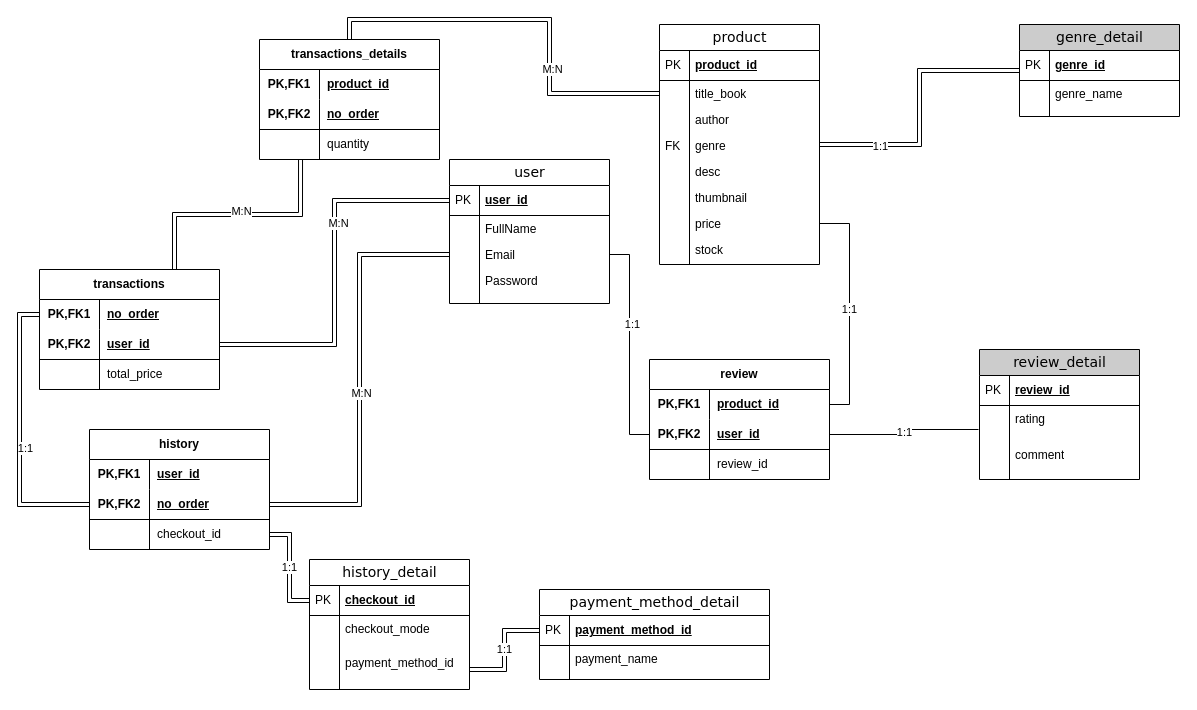
Earlier version of the draw.io diagram Copy of BookBUZZ.drawio (ardy-yusuf-wibawa/BE_BOOKBUZZ). Source tidied: cells renumbered, new cells numbered last; positions are measured from the earlier drawing's top-left corner, leaving out a move shared by most shapes. Both pictures are drawn from the tidied source at 100%, with x=0, y=0 at pixel (39, 24).
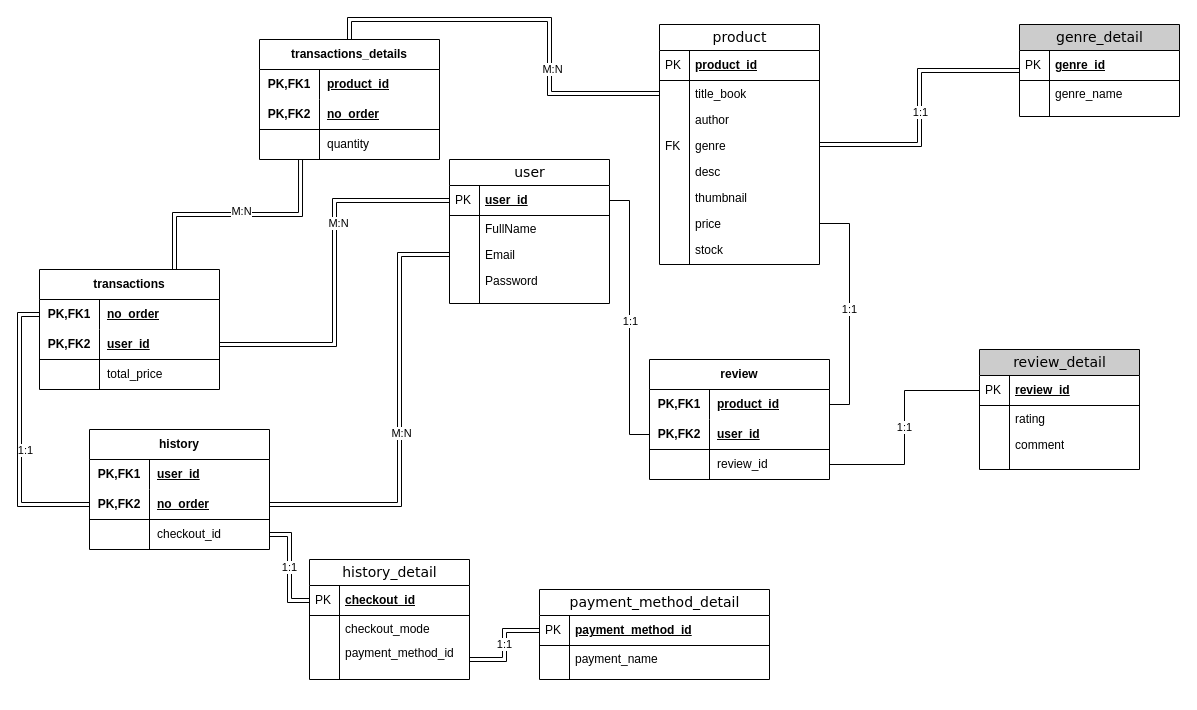
The same diagram, later.

The change refers to these unchanged cells:
```xml
<mxCell id="3" value="user_id" style="shape=partialRectangle;top=0;left=0;right=0;bottom=1;html=1;align=left;verticalAlign=middle;fillColor=none;spacingLeft=34;spacingRight=4;whiteSpace=wrap;overflow=hidden;points=[[0,0.5],[1,0.5]];portConstraint=eastwest;fontStyle=5;" parent="2" vertex="1">
  <mxGeometry y="26" width="160" height="30" as="geometry" />
</mxCell>
<mxCell id="7" value="Email" style="shape=partialRectangle;top=0;left=0;right=0;bottom=0;html=1;align=left;verticalAlign=top;fillColor=none;spacingLeft=34;spacingRight=4;whiteSpace=wrap;overflow=hidden;points=[[0,0.5],[1,0.5]];portConstraint=eastwest;" parent="2" vertex="1">
  <mxGeometry y="82" width="160" height="26" as="geometry" />
</mxCell>
<mxCell id="13" style="edgeStyle=orthogonalEdgeStyle;rounded=0;jettySize=auto;html=1;exitX=1;exitY=0.5;exitDx=0;exitDy=0;entryX=0;entryY=0.5;entryDx=0;entryDy=0;shape=link;" parent="1" edge="1" source="15" target="34">
  <mxGeometry relative="1" as="geometry" />
</mxCell>
<mxCell id="67" style="shape=tableRow;horizontal=0;startSize=0;swimlaneHead=0;swimlaneBody=0;fillColor=none;points=[[0,0.5],[1,0.5]];portConstraint=eastwest;top=0;left=0;right=0;bottom=1;html=1;" parent="63" vertex="1">
  <mxGeometry y="60" width="180" height="30" as="geometry" />
</mxCell>
<mxCell id="70" style="shape=tableRow;horizontal=0;startSize=0;swimlaneHead=0;swimlaneBody=0;fillColor=none;points=[[0,0.5],[1,0.5]];portConstraint=eastwest;top=0;left=0;right=0;bottom=0;html=1;" parent="63" vertex="1">
  <mxGeometry y="90" width="180" height="30" as="geometry" />
</mxCell>
<mxCell id="77" style="shape=tableRow;horizontal=0;startSize=0;swimlaneHead=0;swimlaneBody=0;fillColor=none;points=[[0,0.5],[1,0.5]];portConstraint=eastwest;top=0;left=0;right=0;bottom=1;html=1;" parent="73" vertex="1">
  <mxGeometry y="60" width="180" height="30" as="geometry" />
</mxCell>
<mxCell id="100" value="review_id" style="shape=partialRectangle;top=0;left=0;right=0;bottom=1;html=1;align=left;verticalAlign=middle;fillColor=none;spacingLeft=34;spacingRight=4;whiteSpace=wrap;overflow=hidden;points=[[0,0.5],[1,0.5]];portConstraint=eastwest;fontStyle=5;" parent="99" vertex="1">
  <mxGeometry y="26" width="160" height="30" as="geometry" />
</mxCell>
<mxCell id="102" value="rating" style="shape=partialRectangle;top=0;left=0;right=0;bottom=0;html=1;align=left;verticalAlign=top;fillColor=none;spacingLeft=34;spacingRight=4;whiteSpace=wrap;overflow=hidden;points=[[0,0.5],[1,0.5]];portConstraint=eastwest;" parent="99" vertex="1">
  <mxGeometry y="56" width="160" height="26" as="geometry" />
</mxCell>
<mxCell id="118" style="edgeStyle=orthogonalEdgeStyle;rounded=0;jettySize=auto;html=1;exitX=0;exitY=0.5;exitDx=0;exitDy=0;entryX=0;entryY=0.5;entryDx=0;entryDy=0;shape=link;" parent="1" edge="1" source="44" target="77">
  <mxGeometry relative="1" as="geometry" />
</mxCell>
```

The edit, as a diff of the source:
```diff
@@
     <mxCell id="14" value="1:1" style="edgeLabel;html=1;align=center;verticalAlign=middle;" parent="13" vertex="1">
       <mxGeometry x="-0.32" y="-2" relative="1" as="geometry">
-        <mxPoint x="-33" y="-1" as="offset" />
+        <mxPoint x="7" y="-35" as="offset" />
       </mxGeometry>
     </mxCell>
@@
     <mxCell id="83" value="history_detail" style="swimlane;html=1;fontStyle=0;horizontal=1;startSize=26;fillColor=#FFFFFF;swimlaneFillColor=#ffffff;align=center;rounded=0;shadow=0;comic=0;labelBackgroundColor=none;strokeWidth=1;fontFamily=Verdana;fontSize=14;" parent="1" vertex="1">
-      <mxGeometry x="270" y="535" width="160" height="130" as="geometry" />
+      <mxGeometry x="270" y="535" width="160" height="120" as="geometry" />
     </mxCell>
@@
-    <mxCell id="88" style="shape=partialRectangle;top=0;left=0;right=0;bottom=0;html=1;align=left;verticalAlign=top;fillColor=none;spacingLeft=34;spacingRight=4;whiteSpace=wrap;overflow=hidden;" parent="83" vertex="1">
-      <mxGeometry y="80" width="160" height="10" as="geometry" />
-    </mxCell>
-    <mxCell id="89" style="shape=partialRectangle;top=0;left=0;bottom=0;html=1;fillColor=none;align=left;verticalAlign=top;spacingLeft=4;spacingRight=4;whiteSpace=wrap;overflow=hidden;" parent="88" vertex="1">
-      <mxGeometry width="30" height="10" as="geometry" />
-    </mxCell>
     <mxCell id="90" value="payment_method_id" style="shape=partialRectangle;top=0;left=0;right=0;bottom=0;html=1;align=left;verticalAlign=top;fillColor=none;spacingLeft=34;spacingRight=4;whiteSpace=wrap;overflow=hidden;points=[[0,0.5],[1,0.5]];portConstraint=eastwest;" parent="83" vertex="1">
-      <mxGeometry y="90" width="160" height="40" as="geometry" />
+      <mxGeometry y="80" width="160" height="40" as="geometry" />
     </mxCell>
@@
     <mxCell id="99" value="review_detail" style="swimlane;html=1;fontStyle=0;horizontal=1;startSize=26;fillColor=#CCCCCC;swimlaneFillColor=#ffffff;align=center;rounded=0;shadow=0;comic=0;labelBackgroundColor=none;strokeWidth=1;fontFamily=Verdana;fontSize=14;" parent="1" vertex="1">
-      <mxGeometry x="940" y="325" width="160" height="130" as="geometry" />
+      <mxGeometry x="940" y="325" width="160" height="120" as="geometry" />
     </mxCell>
@@
-    <mxCell id="104" style="shape=partialRectangle;top=0;left=0;right=0;bottom=0;html=1;align=left;verticalAlign=top;fillColor=none;spacingLeft=34;spacingRight=4;whiteSpace=wrap;overflow=hidden;" parent="99" vertex="1">
-      <mxGeometry y="82" width="160" height="10" as="geometry" />
-    </mxCell>
-    <mxCell id="105" style="shape=partialRectangle;top=0;left=0;bottom=0;html=1;fillColor=none;align=left;verticalAlign=top;spacingLeft=4;spacingRight=4;whiteSpace=wrap;overflow=hidden;" parent="104" vertex="1">
-      <mxGeometry width="30" height="10" as="geometry" />
-    </mxCell>
     <mxCell id="106" value="comment" style="shape=partialRectangle;top=0;left=0;right=0;bottom=0;html=1;align=left;verticalAlign=top;fillColor=none;spacingLeft=34;spacingRight=4;whiteSpace=wrap;overflow=hidden;" parent="99" vertex="1">
-      <mxGeometry y="92" width="160" height="38" as="geometry" />
+      <mxGeometry y="82" width="160" height="38" as="geometry" />
     </mxCell>
@@
-    <mxCell id="108" value="1:1" style="edgeStyle=orthogonalEdgeStyle;rounded=0;jettySize=auto;html=1;exitX=1;exitY=0.5;exitDx=0;exitDy=0;entryX=-0.006;entryY=0.923;entryDx=0;entryDy=0;entryPerimeter=0;endArrow=none;endFill=0;" parent="1" edge="1" source="67" target="102">
+    <mxCell id="108" value="1:1" style="edgeStyle=orthogonalEdgeStyle;rounded=0;jettySize=auto;html=1;exitX=1;exitY=0.5;exitDx=0;exitDy=0;entryX=0;entryY=0.5;entryDx=0;entryDy=0;endArrow=none;endFill=0;" parent="1" edge="1" source="70" target="100">
       <mxGeometry relative="1" as="geometry" />
     </mxCell>
@@
-    <mxCell id="110" style="edgeStyle=orthogonalEdgeStyle;rounded=0;jettySize=auto;html=1;exitX=1;exitY=0.5;exitDx=0;exitDy=0;entryX=0;entryY=0.5;entryDx=0;entryDy=0;endArrow=none;endFill=0;" parent="1" edge="1" source="7" target="67">
+    <mxCell id="110" style="edgeStyle=orthogonalEdgeStyle;rounded=0;jettySize=auto;html=1;exitX=1;exitY=0.5;exitDx=0;exitDy=0;entryX=0;entryY=0.5;entryDx=0;entryDy=0;endArrow=none;endFill=0;" parent="1" edge="1" source="3" target="67">
       <mxGeometry relative="1" as="geometry" />
     </mxCell>
     <mxCell id="111" value="1:1" style="edgeLabel;html=1;align=center;verticalAlign=middle;" parent="110" vertex="1">
-      <mxGeometry x="-0.19" y="2" relative="1" as="geometry" />
+      <mxGeometry x="-0.19" y="2" relative="1" as="geometry">
+        <mxPoint x="-2" y="29" as="offset" />
+      </mxGeometry>
     </mxCell>
@@
     <mxCell id="116" style="edgeStyle=orthogonalEdgeStyle;rounded=0;jettySize=auto;html=1;exitX=0;exitY=0.5;exitDx=0;exitDy=0;entryX=1;entryY=0.5;entryDx=0;entryDy=0;shape=link;" parent="1" edge="1" source="7" target="77">
-      <mxGeometry relative="1" as="geometry" />
+      <mxGeometry relative="1" as="geometry">
+        <Array as="points">
+          <mxPoint x="360" y="230" />
+          <mxPoint x="360" y="480" />
+        </Array>
+      </mxGeometry>
     </mxCell>
@@
     <mxCell id="119" value="1:1" style="edgeLabel;html=1;align=center;verticalAlign=middle;" parent="118" vertex="1">
-      <mxGeometry x="0.09" y="5" relative="1" as="geometry" />
+      <mxGeometry x="0.09" y="5" relative="1" as="geometry">
+        <mxPoint y="2" as="offset" />
+      </mxGeometry>
     </mxCell>
```
